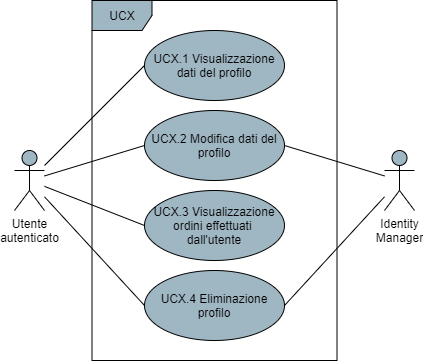
Earlier version of the draw.io export DocumentazioneEsterna/AnalisiDeiRequisiti/res/UseCase/Immagini/GestioneProfilo.png (Omicron-Team/Documentazione). Source tidied: cells renumbered, new cells last; positions are measured from the earlier drawing's top-left corner, leaving out a move shared by most shapes. Source of this version:
```xml
<mxGraphModel>
  <root>
    <mxCell id="0" />
    <mxCell id="1" parent="0" />
    <mxCell id="2" style="rounded=0;jettySize=auto;html=1;entryX=0;entryY=0.5;entryDx=0;entryDy=0;endArrow=none;endFill=0;" parent="1" edge="1" source="6" target="8">
      <mxGeometry relative="1" as="geometry" />
    </mxCell>
    <mxCell id="3" style="edgeStyle=none;rounded=0;jettySize=auto;html=1;entryX=0;entryY=0.5;entryDx=0;entryDy=0;endArrow=none;endFill=0;" parent="1" edge="1" source="6" target="9">
      <mxGeometry relative="1" as="geometry" />
    </mxCell>
    <mxCell id="4" style="edgeStyle=none;rounded=0;jettySize=auto;html=1;entryX=0;entryY=0.5;entryDx=0;entryDy=0;endArrow=none;endFill=0;" parent="1" edge="1" source="6" target="10">
      <mxGeometry relative="1" as="geometry" />
    </mxCell>
    <mxCell id="5" style="edgeStyle=none;rounded=0;jettySize=auto;html=1;entryX=0;entryY=0.5;entryDx=0;entryDy=0;endArrow=none;endFill=0;" parent="1" edge="1" source="6" target="11">
      <mxGeometry relative="1" as="geometry" />
    </mxCell>
    <mxCell id="6" value="Utente&lt;br&gt;autenticato" style="shape=umlActor;verticalLabelPosition=bottom;verticalAlign=top;html=1;fillColor=#9FB6C3;" parent="1" vertex="1">
      <mxGeometry y="150" width="30" height="60" as="geometry" />
    </mxCell>
    <mxCell id="7" value="UCX" style="shape=umlFrame;whiteSpace=wrap;html=1;fillColor=#9FB6C3;" parent="1" vertex="1">
      <mxGeometry x="77.5" width="245" height="360" as="geometry" />
    </mxCell>
    <mxCell id="8" value="UCX.1 Visualizzazione dati del profilo" style="ellipse;whiteSpace=wrap;html=1;fillColor=#9FB6C3;" parent="1" vertex="1">
      <mxGeometry x="130" y="30" width="140" height="70" as="geometry" />
    </mxCell>
    <mxCell id="9" value="UCX.2 Modifica dati del profilo" style="ellipse;whiteSpace=wrap;html=1;fillColor=#9FB6C3;" parent="1" vertex="1">
      <mxGeometry x="130" y="110" width="140" height="70" as="geometry" />
    </mxCell>
    <mxCell id="10" value="UCX.3 Visualizzazione ordini effettuati &lt;br&gt;dall'utente" style="ellipse;whiteSpace=wrap;html=1;fillColor=#9FB6C3;" parent="1" vertex="1">
      <mxGeometry x="130" y="190" width="140" height="70" as="geometry" />
    </mxCell>
    <mxCell id="11" value="UCX.4 Eliminazione profilo" style="ellipse;whiteSpace=wrap;html=1;fillColor=#9FB6C3;" parent="1" vertex="1">
      <mxGeometry x="130" y="270" width="140" height="70" as="geometry" />
    </mxCell>
    <mxCell id="12" style="edgeStyle=none;rounded=0;jettySize=auto;html=1;entryX=1;entryY=0.5;entryDx=0;entryDy=0;endArrow=none;endFill=0;" parent="1" edge="1" source="14" target="9">
      <mxGeometry relative="1" as="geometry" />
    </mxCell>
    <mxCell id="13" style="edgeStyle=none;rounded=0;jettySize=auto;html=1;entryX=1;entryY=0.5;entryDx=0;entryDy=0;endArrow=none;endFill=0;" parent="1" edge="1" source="14" target="11">
      <mxGeometry relative="1" as="geometry" />
    </mxCell>
    <mxCell id="14" value="Identity&lt;br&gt;Manager" style="shape=umlActor;verticalLabelPosition=bottom;verticalAlign=top;html=1;outlineConnect=0;fillColor=#9FB6C3;" parent="1" vertex="1">
      <mxGeometry x="370" y="150" width="30" height="60" as="geometry" />
    </mxCell>
  </root>
</mxGraphModel>
```
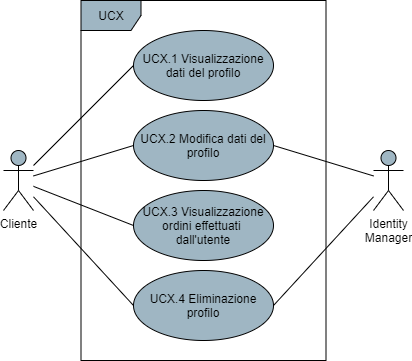
The same file after the commit.

Commit message:
aggiornati attori casi d'uso carrello e profilo

Diff of the diagram source:
```diff
@@ -14,7 +14,7 @@
     <mxCell id="5" style="edgeStyle=none;rounded=0;jettySize=auto;html=1;entryX=0;entryY=0.5;entryDx=0;entryDy=0;endArrow=none;endFill=0;" parent="1" edge="1" source="6" target="11">
       <mxGeometry relative="1" as="geometry" />
     </mxCell>
-    <mxCell id="6" value="Utente&lt;br&gt;autenticato" style="shape=umlActor;verticalLabelPosition=bottom;verticalAlign=top;html=1;fillColor=#9FB6C3;" parent="1" vertex="1">
+    <mxCell id="6" value="Cliente" style="shape=umlActor;verticalLabelPosition=bottom;verticalAlign=top;html=1;fillColor=#9FB6C3;" parent="1" vertex="1">
       <mxGeometry y="150" width="30" height="60" as="geometry" />
     </mxCell>
     <mxCell id="7" value="UCX" style="shape=umlFrame;whiteSpace=wrap;html=1;fillColor=#9FB6C3;" parent="1" vertex="1">
```
